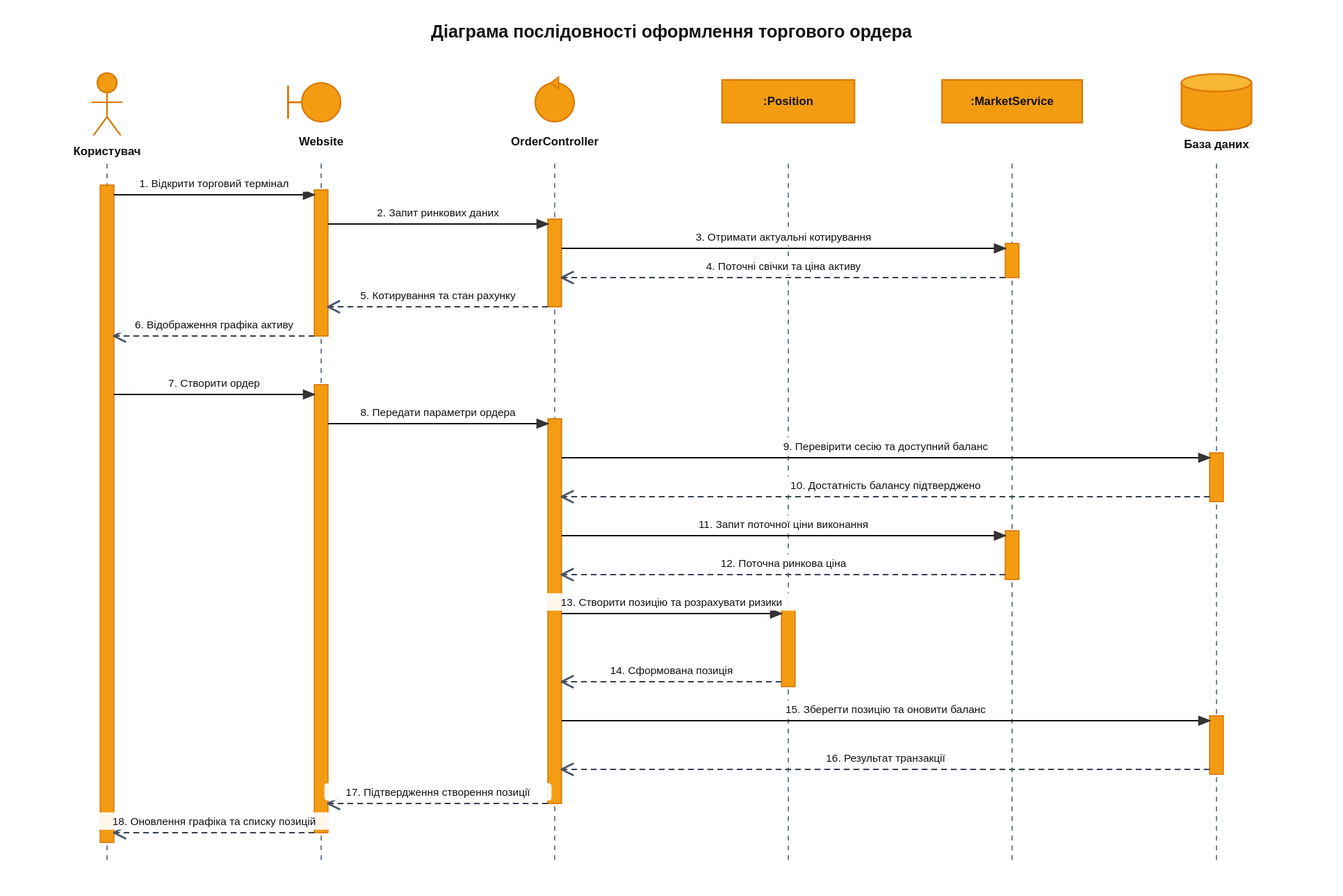
Hast1k/bygigabit keeps this PlantUML diagram as diagrams/svg/06_sequence_diagram.svg. Above is the earlier version. Its source is kept beside it as diagrams/puml/06_sequence_diagram.puml. Its diagram source:
```plantuml
@startuml
skinparam backgroundColor #FFFFFF
skinparam defaultFontName Arial
skinparam defaultFontSize 11
skinparam roundCorner 0
skinparam shadowing false

skinparam sequence {
    arrowColor #000000
    arrowFontColor #000000
    lifeLineBorderColor #868E96
    lifeLineBackgroundColor #FFA94D
}
skinparam participant {
    borderColor #D9480F
    backgroundColor #FFA94D
    fontColor #000000
    fontStyle bold
}
skinparam actor {
    borderColor #D9480F
    backgroundColor #FFE8CC
    fontColor #000000
}
skinparam boundary {
    borderColor #D9480F
    backgroundColor #FFA94D
    fontColor #000000
}
skinparam control {
    borderColor #D9480F
    backgroundColor #FFA94D
    fontColor #000000
}
skinparam entity {
    borderColor #D9480F
    backgroundColor #FFA94D
    fontColor #000000
}
skinparam database {
    borderColor #D9480F
    backgroundColor #FFA94D
    fontColor #000000
}

title **Приклад діаграми послідовності для створення ордера в системі ByGigaBit**

actor "Клієнт" as Client
boundary "Website" as Website
control "OrderController" as Controller
entity ":Order" as Order
entity ":BybitService" as Bybit
database "База даних" as DB

Client -> Website : Отримати інформацію про котирування
activate Website
Website -> Controller : Запит ринкових даних
activate Controller
Controller -> Bybit : Перевірити актуальну ціну Bybit
activate Bybit
Bybit --> Controller : Результат котирувань
deactivate Bybit
Controller --> Website : Інформація про ринок
deactivate Controller
Website --> Client : Інформація про ринок
deactivate Website

Client -> Website : Створити ордер (Long, 10x)
activate Website
Website -> Controller : Створити ордер
activate Controller

Controller -> DB : Перевірити чи наявний баланс
activate DB
DB --> Controller : Результат перевірки
deactivate DB

Controller -> Order : Створити позицію
activate Order
Order -> Bybit : Отримати ціну виконання
activate Bybit
Bybit --> Order : Ціна котирування
deactivate Bybit
Order --> Controller : Створена позиція
deactivate Order

Controller -> DB : Зберегти замовлення та списати маржу
activate DB
DB --> Controller : Підтвердження запису
deactivate DB

Controller --> Website : Створене замовлення
deactivate Controller
Website --> Client : Замовлення відкрито на графіку
deactivate Website
@enduml
```
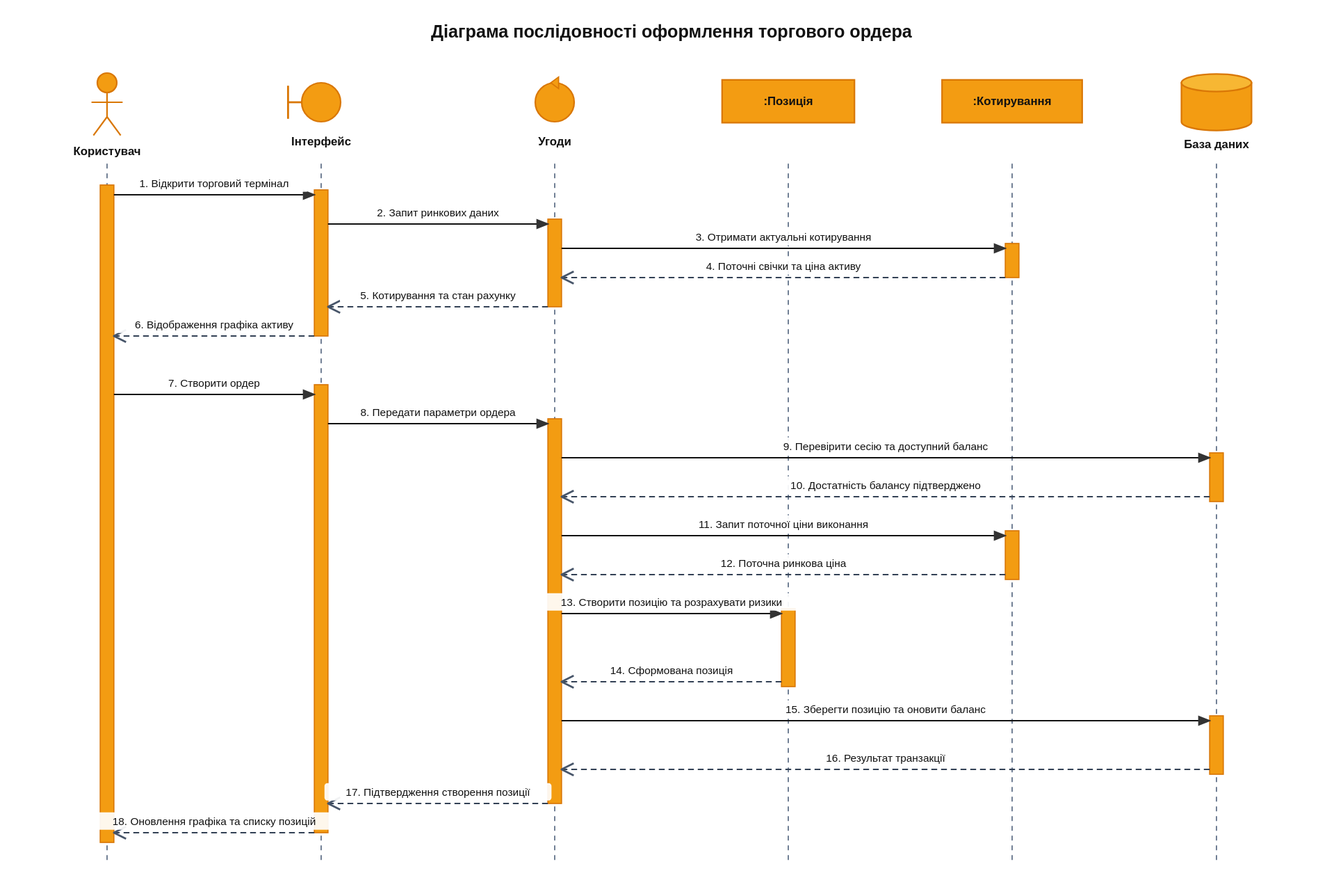
The same diagram one commit later.

What changed in the source:
```diff
@@ -43,54 +43,55 @@
     fontColor #000000
 }
 
-title **Приклад діаграми послідовності для створення ордера в системі ByGigaBit**
+title **Діаграма послідовності оформлення торгового ордера**
 
-actor "Клієнт" as Client
-boundary "Website" as Website
-control "OrderController" as Controller
-entity ":Order" as Order
-entity ":BybitService" as Bybit
+actor "Користувач" as User
+boundary "Інтерфейс" as UI
+control "Угоди" as Orders
+entity ":Позиція" as Position
+entity ":Котирування" as Market
 database "База даних" as DB
 
-Client -> Website : Отримати інформацію про котирування
-activate Website
-Website -> Controller : Запит ринкових даних
-activate Controller
-Controller -> Bybit : Перевірити актуальну ціну Bybit
-activate Bybit
-Bybit --> Controller : Результат котирувань
-deactivate Bybit
-Controller --> Website : Інформація про ринок
-deactivate Controller
-Website --> Client : Інформація про ринок
-deactivate Website
+User -> UI : 1. Відкрити торговий термінал
+activate UI
+UI -> Orders : 2. Запит ринкових даних
+activate Orders
+Orders -> Market : 3. Отримати актуальні котирування
+activate Market
+Market --> Orders : 4. Поточні свічки та ціна
+deactivate Market
+Orders --> UI : 5. Котирування та стан рахунку
+deactivate Orders
+UI --> User : 6. Відображення графіка активу
+deactivate UI
 
-Client -> Website : Створити ордер (Long, 10x)
-activate Website
-Website -> Controller : Створити ордер
-activate Controller
+User -> UI : 7. Створити ордер
+activate UI
+UI -> Orders : 8. Передати параметри ордера
+activate Orders
 
-Controller -> DB : Перевірити чи наявний баланс
+Orders -> DB : 9. Перевірити сесію та доступний баланс
 activate DB
-DB --> Controller : Результат перевірки
+DB --> Orders : 10. Достатність балансу підтверджено
 deactivate DB
 
-Controller -> Order : Створити позицію
-activate Order
-Order -> Bybit : Отримати ціну виконання
-activate Bybit
-Bybit --> Order : Ціна котирування
-deactivate Bybit
-Order --> Controller : Створена позиція
-deactivate Order
+Orders -> Market : 11. Запит поточної ціни виконання
+activate Market
+Market --> Orders : 12. Поточна ринкова ціна
+deactivate Market
 
-Controller -> DB : Зберегти замовлення та списати маржу
+Orders -> Position : 13. Створити позицію та розрахувати ризики
+activate Position
+Position --> Orders : 14. Сформована позиція
+deactivate Position
+
+Orders -> DB : 15. Зберегти позицію та оновити баланс
 activate DB
-DB --> Controller : Підтвердження запису
+DB --> Orders : 16. Результат транзакції
 deactivate DB
 
-Controller --> Website : Створене замовлення
-deactivate Controller
-Website --> Client : Замовлення відкрито на графіку
-deactivate Website
+Orders --> UI : 17. Підтвердження створення позиції
+deactivate Orders
+UI --> User : 18. Оновлення графіка та списку позицій
+deactivate UI
 @enduml
```
